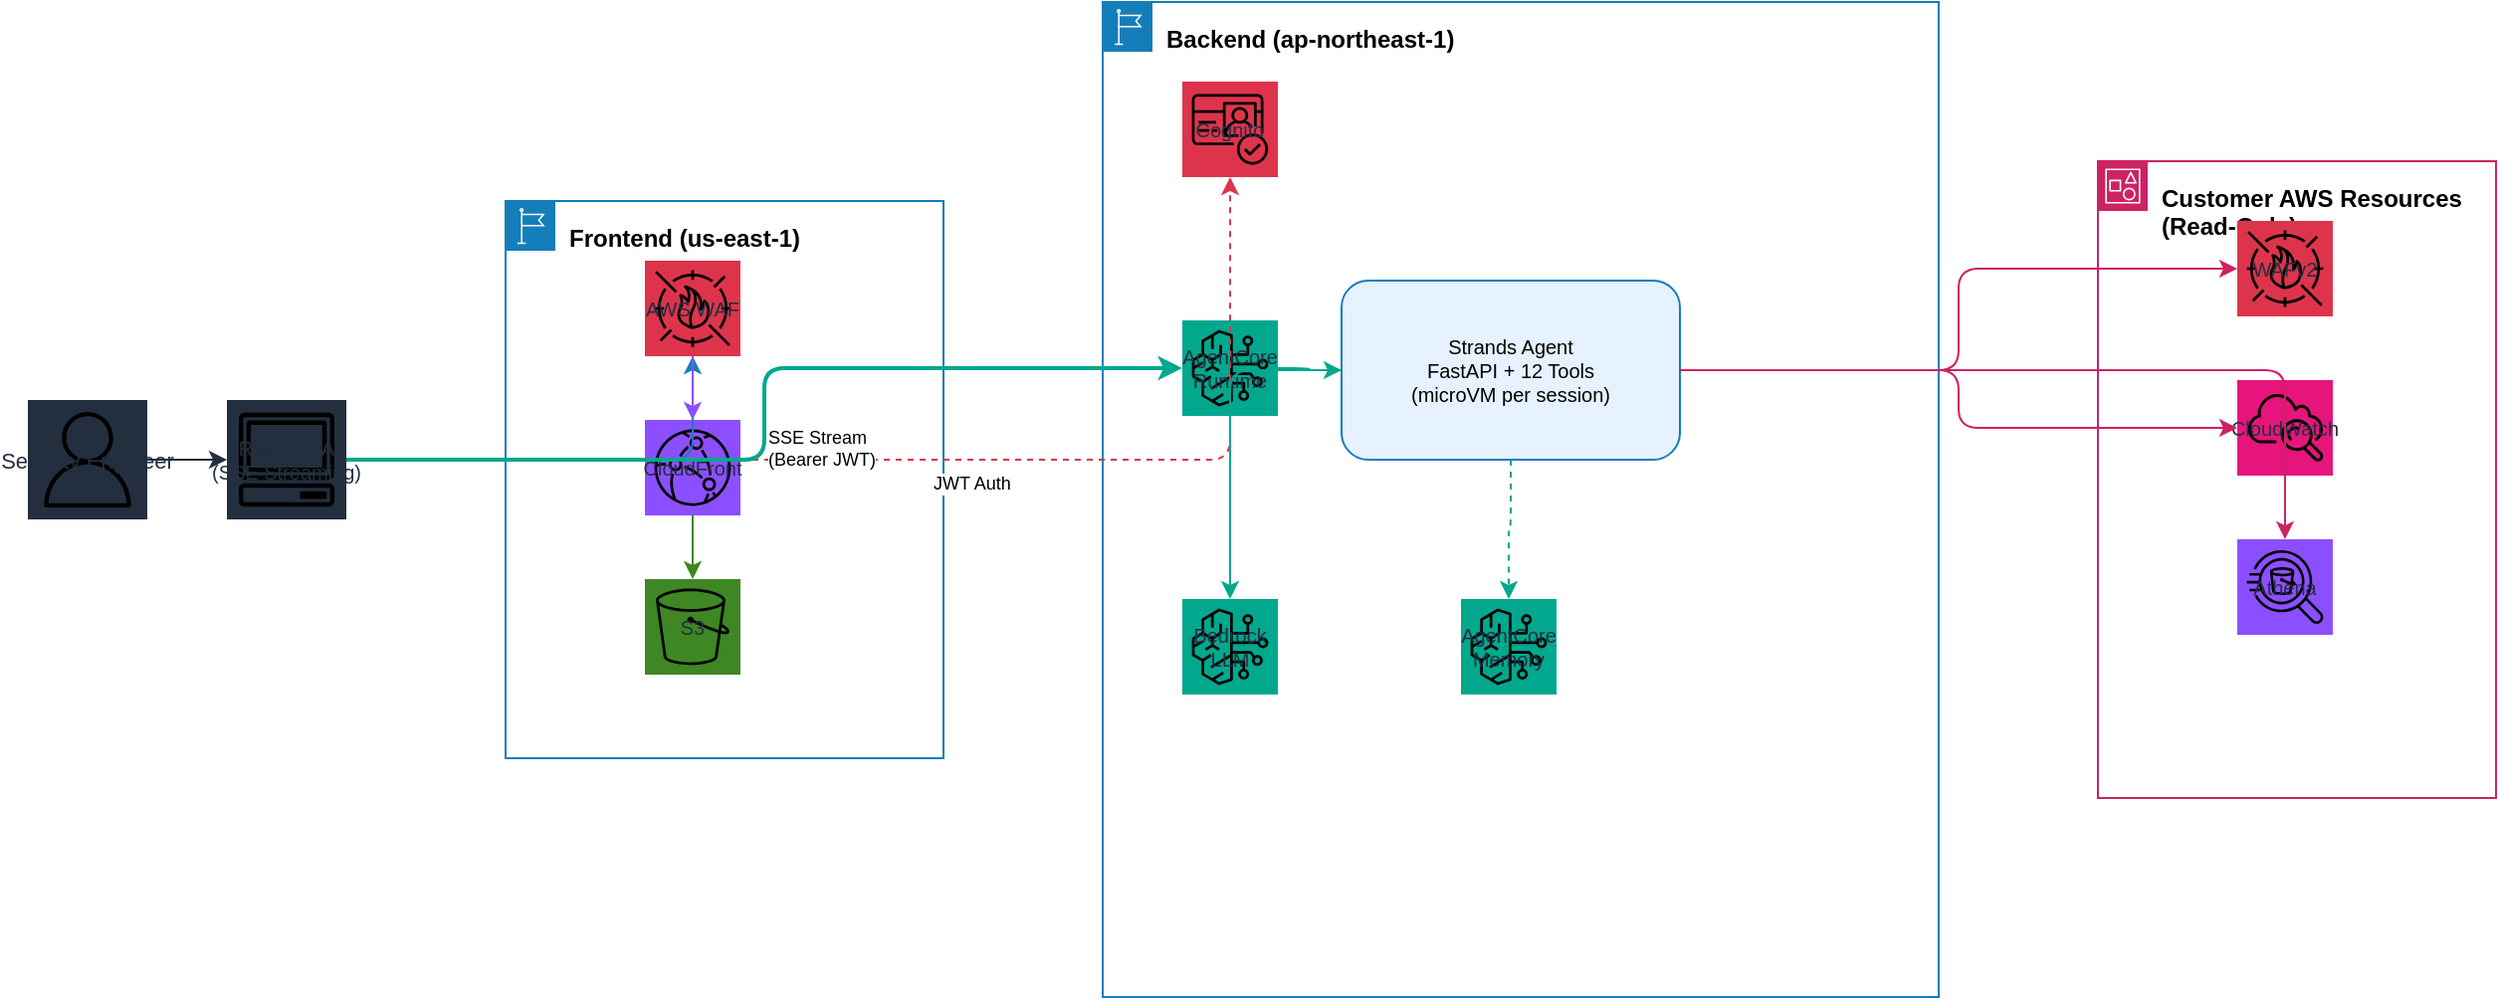
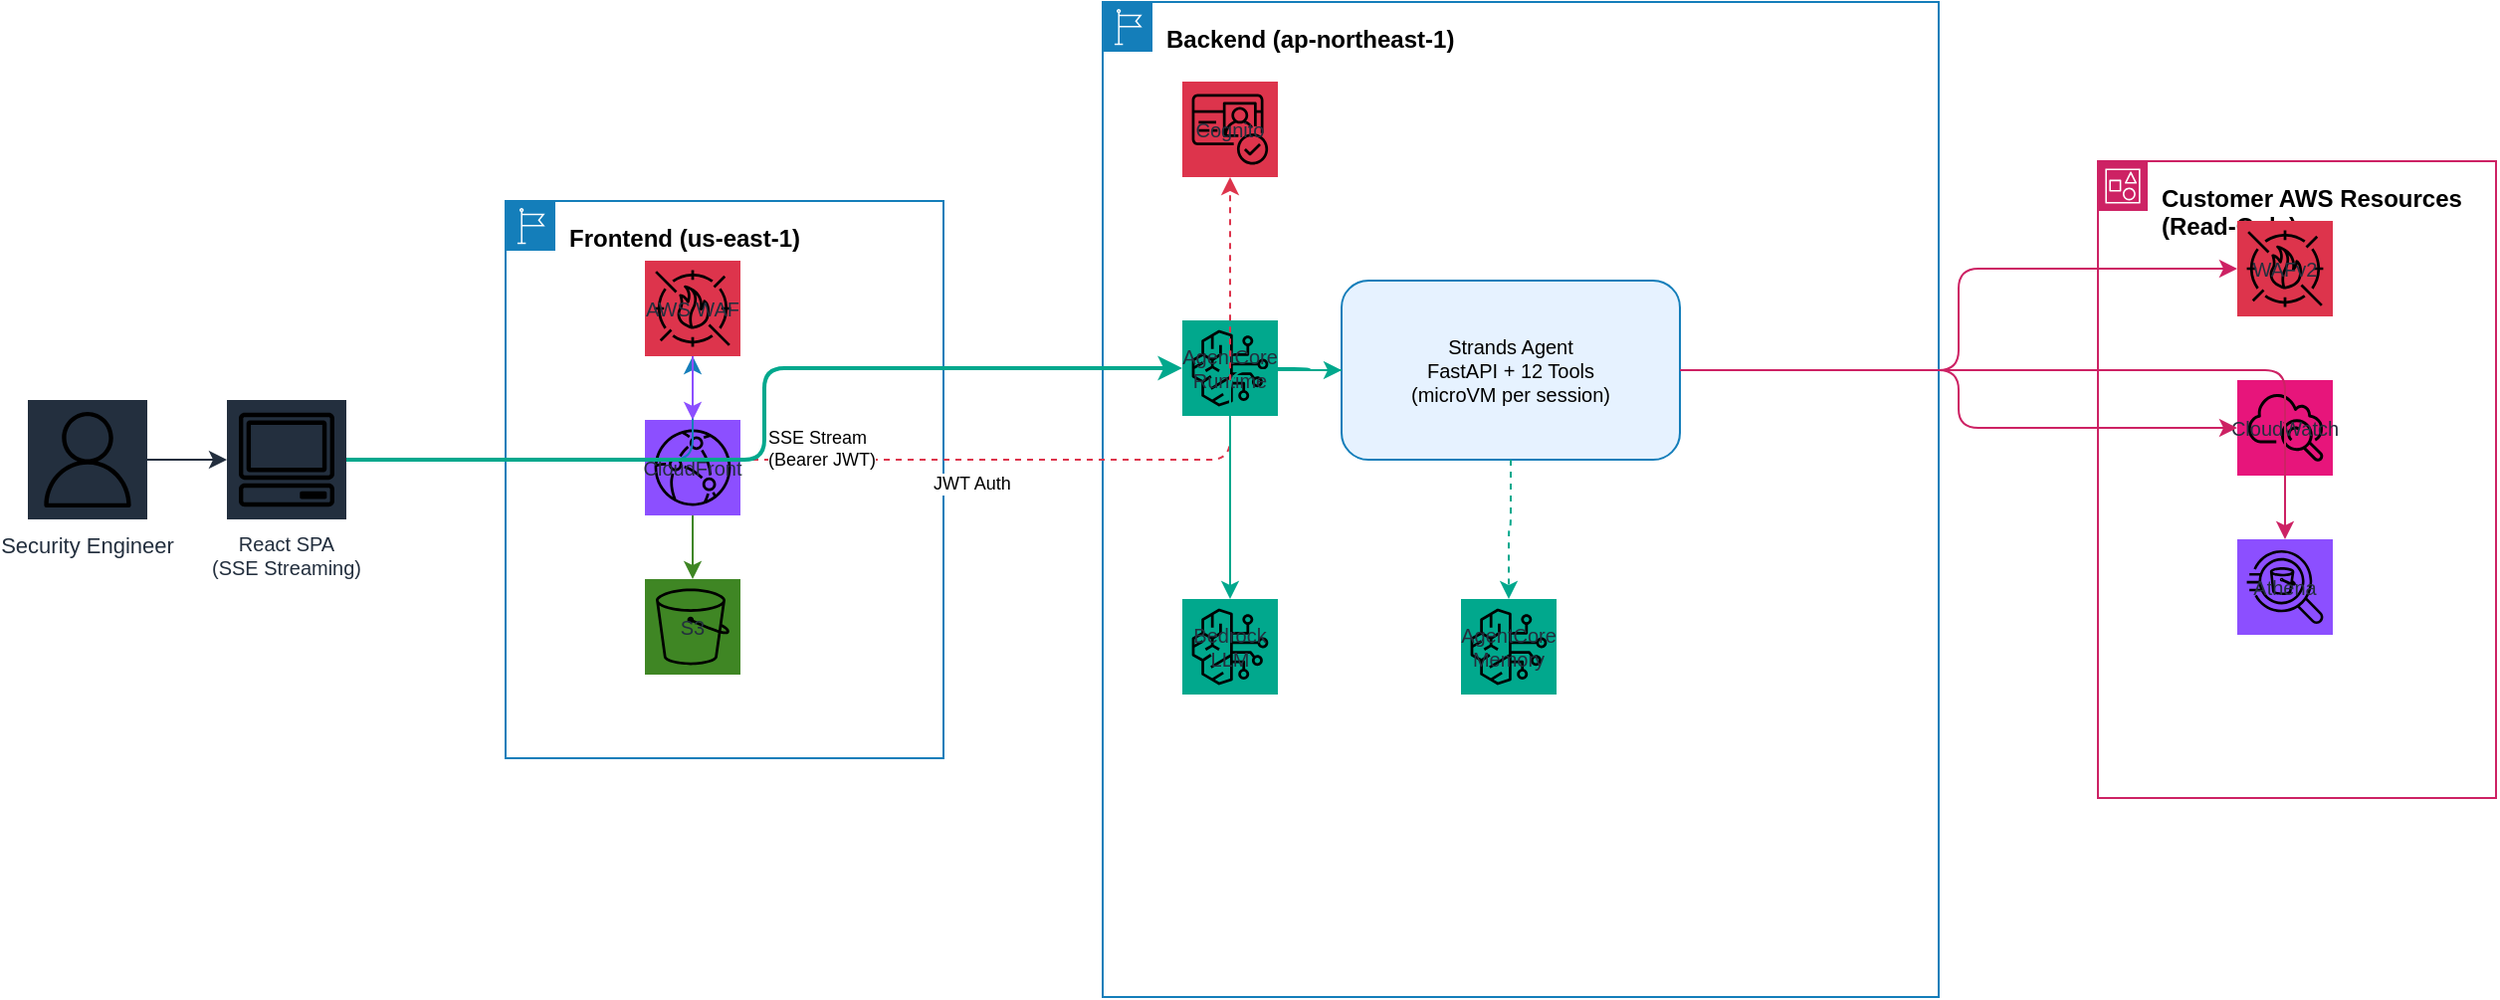
<mxfile host="app.diagrams.net" modified="2026-05-11T14:17:00.000Z" agent="WAF Agent" version="24.0.0">
  <diagram name="Architecture" id="arch-1">
    <mxGraphModel dx="1422" dy="900" grid="1" gridSize="10" guides="1" tooltips="1" connect="1" arrows="1" fold="1" page="1" pageScale="1" pageWidth="1600" pageHeight="1000" math="0" shadow="0">
      <root>
        <mxCell id="0" />
        <mxCell id="1" parent="0" />

        <!-- User -->
-         <mxCell id="user" value="Security Engineer" style="outlineConnect=0;fontColor=#232F3E;gradientColor=none;strokeColor=none;fillColor=#232F3E;align=center;strokeWidth=1;fontSize=11;fontStyle=0;shape=mxgraph.aws4.resourceIcon;resIcon=mxgraph.aws4.user" vertex="1" parent="1">
+         <mxCell id="user" value="Security Engineer" style="outlineConnect=0;fontColor=#232F3E;gradientColor=none;strokeColor=none;fillColor=#232F3E;fontColor=#232F3E;align=center;strokeWidth=1;fontSize=11;fontStyle=0;shape=mxgraph.aws4.resourceIcon;resIcon=mxgraph.aws4.user;labelPosition=center;verticalLabelPosition=bottom;verticalAlign=top" vertex="1" parent="1">
          <mxGeometry x="80" y="400" width="60" height="60" as="geometry" />
        </mxCell>
-         <mxCell id="browser" value="React SPA&#xa;(SSE Streaming)" style="outlineConnect=0;fontColor=#232F3E;gradientColor=none;strokeColor=none;fillColor=#232F3E;align=center;strokeWidth=1;fontSize=10;fontStyle=0;shape=mxgraph.aws4.resourceIcon;resIcon=mxgraph.aws4.client" vertex="1" parent="1">
+         <mxCell id="browser" value="React SPA&#xa;(SSE Streaming)" style="outlineConnect=0;fontColor=#232F3E;gradientColor=none;strokeColor=none;fillColor=#232F3E;fontColor=#232F3E;align=center;strokeWidth=1;fontSize=10;fontStyle=0;shape=mxgraph.aws4.resourceIcon;resIcon=mxgraph.aws4.client;labelPosition=center;verticalLabelPosition=bottom;verticalAlign=top" vertex="1" parent="1">
          <mxGeometry x="180" y="400" width="60" height="60" as="geometry" />
        </mxCell>

        <!-- Frontend Group -->
        <mxCell id="fe-group" value="Frontend (us-east-1)" style="points=[[0,0],[0.25,0],[0.5,0],[0.75,0],[1,0],[1,0.25],[1,0.5],[1,0.75],[1,1],[0.75,1],[0.5,1],[0.25,1],[0,1],[0,0.75],[0,0.5],[0,0.25]];outlineConnect=0;gradientColor=none;html=1;whiteSpace=wrap;fontSize=12;fontStyle=1;shape=mxgraph.aws4.group;grIcon=mxgraph.aws4.group_region;strokeColor=#147EBA;fillColor=none;verticalAlign=top;align=left;spacingLeft=30;spacingTop=5;dashed=0;" vertex="1" parent="1">
          <mxGeometry x="320" y="300" width="220" height="280" as="geometry" />
        </mxCell>
        <mxCell id="waf-fe" value="AWS WAF" style="outlineConnect=0;fontColor=#232F3E;gradientColor=none;strokeColor=none;fillColor=#DD344C;align=center;strokeWidth=1;fontSize=10;fontStyle=0;shape=mxgraph.aws4.resourceIcon;resIcon=mxgraph.aws4.waf" vertex="1" parent="1">
          <mxGeometry x="390" y="330" width="48" height="48" as="geometry" />
        </mxCell>
        <mxCell id="cf" value="CloudFront" style="outlineConnect=0;fontColor=#232F3E;gradientColor=none;strokeColor=none;fillColor=#8C4FFF;align=center;strokeWidth=1;fontSize=10;fontStyle=0;shape=mxgraph.aws4.resourceIcon;resIcon=mxgraph.aws4.cloudfront" vertex="1" parent="1">
          <mxGeometry x="390" y="410" width="48" height="48" as="geometry" />
        </mxCell>
        <mxCell id="s3" value="S3" style="outlineConnect=0;fontColor=#232F3E;gradientColor=none;strokeColor=none;fillColor=#3F8624;align=center;strokeWidth=1;fontSize=10;fontStyle=0;shape=mxgraph.aws4.resourceIcon;resIcon=mxgraph.aws4.s3" vertex="1" parent="1">
          <mxGeometry x="390" y="490" width="48" height="48" as="geometry" />
        </mxCell>

        <!-- Backend Group -->
        <mxCell id="be-group" value="Backend (ap-northeast-1)" style="points=[[0,0],[0.25,0],[0.5,0],[0.75,0],[1,0],[1,0.25],[1,0.5],[1,0.75],[1,1],[0.75,1],[0.5,1],[0.25,1],[0,1],[0,0.75],[0,0.5],[0,0.25]];outlineConnect=0;gradientColor=none;html=1;whiteSpace=wrap;fontSize=12;fontStyle=1;shape=mxgraph.aws4.group;grIcon=mxgraph.aws4.group_region;strokeColor=#147EBA;fillColor=none;verticalAlign=top;align=left;spacingLeft=30;spacingTop=5;dashed=0;" vertex="1" parent="1">
          <mxGeometry x="620" y="200" width="420" height="500" as="geometry" />
        </mxCell>
        <mxCell id="cognito" value="Cognito" style="outlineConnect=0;fontColor=#232F3E;gradientColor=none;strokeColor=none;fillColor=#DD344C;align=center;strokeWidth=1;fontSize=10;fontStyle=0;shape=mxgraph.aws4.resourceIcon;resIcon=mxgraph.aws4.cognito" vertex="1" parent="1">
          <mxGeometry x="660" y="240" width="48" height="48" as="geometry" />
        </mxCell>
        <mxCell id="ac" value="AgentCore&#xa;Runtime" style="outlineConnect=0;fontColor=#232F3E;gradientColor=none;strokeColor=none;fillColor=#01A88D;align=center;strokeWidth=1;fontSize=10;fontStyle=0;shape=mxgraph.aws4.resourceIcon;resIcon=mxgraph.aws4.bedrock" vertex="1" parent="1">
          <mxGeometry x="660" y="360" width="48" height="48" as="geometry" />
        </mxCell>
        <mxCell id="agent-box" value="Strands Agent&#xa;FastAPI + 12 Tools&#xa;(microVM per session)" style="rounded=1;whiteSpace=wrap;html=1;fillColor=#E6F2FF;strokeColor=#147EBA;fontSize=10;verticalAlign=middle;" vertex="1" parent="1">
          <mxGeometry x="740" y="340" width="170" height="90" as="geometry" />
        </mxCell>
        <mxCell id="bedrock" value="Bedrock&#xa;LLM" style="outlineConnect=0;fontColor=#232F3E;gradientColor=none;strokeColor=none;fillColor=#01A88D;align=center;strokeWidth=1;fontSize=10;fontStyle=0;shape=mxgraph.aws4.resourceIcon;resIcon=mxgraph.aws4.bedrock" vertex="1" parent="1">
          <mxGeometry x="660" y="500" width="48" height="48" as="geometry" />
        </mxCell>
        <mxCell id="memory" value="AgentCore&#xa;Memory" style="outlineConnect=0;fontColor=#232F3E;gradientColor=none;strokeColor=none;fillColor=#01A88D;align=center;strokeWidth=1;fontSize=10;fontStyle=0;shape=mxgraph.aws4.resourceIcon;resIcon=mxgraph.aws4.bedrock" vertex="1" parent="1">
          <mxGeometry x="800" y="500" width="48" height="48" as="geometry" />
        </mxCell>

        <!-- Customer Resources Group -->
        <mxCell id="aws-group" value="Customer AWS Resources (Read-Only)" style="points=[[0,0],[0.25,0],[0.5,0],[0.75,0],[1,0],[1,0.25],[1,0.5],[1,0.75],[1,1],[0.75,1],[0.5,1],[0.25,1],[0,1],[0,0.75],[0,0.5],[0,0.25]];outlineConnect=0;gradientColor=none;html=1;whiteSpace=wrap;fontSize=12;fontStyle=1;shape=mxgraph.aws4.group;grIcon=mxgraph.aws4.group_account;strokeColor=#CD2264;fillColor=none;verticalAlign=top;align=left;spacingLeft=30;spacingTop=5;dashed=0;" vertex="1" parent="1">
          <mxGeometry x="1120" y="280" width="200" height="320" as="geometry" />
        </mxCell>
        <mxCell id="wafv2" value="WAFv2" style="outlineConnect=0;fontColor=#232F3E;gradientColor=none;strokeColor=none;fillColor=#DD344C;align=center;strokeWidth=1;fontSize=10;fontStyle=0;shape=mxgraph.aws4.resourceIcon;resIcon=mxgraph.aws4.waf" vertex="1" parent="1">
          <mxGeometry x="1190" y="310" width="48" height="48" as="geometry" />
        </mxCell>
        <mxCell id="cw" value="CloudWatch" style="outlineConnect=0;fontColor=#232F3E;gradientColor=none;strokeColor=none;fillColor=#E7157B;align=center;strokeWidth=1;fontSize=10;fontStyle=0;shape=mxgraph.aws4.resourceIcon;resIcon=mxgraph.aws4.cloudwatch" vertex="1" parent="1">
          <mxGeometry x="1190" y="390" width="48" height="48" as="geometry" />
        </mxCell>
        <mxCell id="athena" value="Athena" style="outlineConnect=0;fontColor=#232F3E;gradientColor=none;strokeColor=none;fillColor=#8C4FFF;align=center;strokeWidth=1;fontSize=10;fontStyle=0;shape=mxgraph.aws4.resourceIcon;resIcon=mxgraph.aws4.athena" vertex="1" parent="1">
          <mxGeometry x="1190" y="470" width="48" height="48" as="geometry" />
        </mxCell>

        <!-- Arrows -->
        <mxCell id="e0" style="edgeStyle=orthogonalEdgeStyle;rounded=1;strokeColor=#232F3E;" edge="1" source="user" target="browser" parent="1">
          <mxGeometry relative="1" as="geometry" />
        </mxCell>
        <mxCell id="e1" style="edgeStyle=orthogonalEdgeStyle;rounded=1;strokeColor=#147EBA;" edge="1" source="browser" target="waf-fe" parent="1">
          <mxGeometry relative="1" as="geometry" />
        </mxCell>
        <mxCell id="e2" style="edgeStyle=orthogonalEdgeStyle;rounded=1;strokeColor=#8C4FFF;" edge="1" source="waf-fe" target="cf" parent="1">
          <mxGeometry relative="1" as="geometry" />
        </mxCell>
        <mxCell id="e3" style="edgeStyle=orthogonalEdgeStyle;rounded=1;strokeColor=#3F8624;" edge="1" source="cf" target="s3" parent="1">
          <mxGeometry relative="1" as="geometry" />
        </mxCell>
        <!-- Auth flow -->
        <mxCell id="e4" style="edgeStyle=orthogonalEdgeStyle;rounded=1;strokeColor=#DD344C;dashed=1;" edge="1" source="browser" target="cognito" parent="1">
          <mxGeometry relative="1" as="geometry" />
        </mxCell>
        <mxCell id="e4-label" value="JWT Auth" style="edgeLabel;html=1;fontSize=9;fillColor=none;" vertex="1" connectable="0" parent="e4">
          <mxGeometry relative="1" as="geometry"><mxPoint as="offset" /></mxGeometry>
        </mxCell>
        <!-- SSE to AgentCore -->
        <mxCell id="e5" style="edgeStyle=orthogonalEdgeStyle;rounded=1;strokeColor=#01A88D;strokeWidth=2;" edge="1" source="browser" target="ac" parent="1">
          <mxGeometry relative="1" as="geometry" />
        </mxCell>
        <mxCell id="e5-label" value="SSE Stream&#xa;(Bearer JWT)" style="edgeLabel;html=1;fontSize=9;fillColor=none;" vertex="1" connectable="0" parent="e5">
          <mxGeometry relative="1" as="geometry"><mxPoint as="offset" /></mxGeometry>
        </mxCell>
        <!-- AgentCore to Agent -->
        <mxCell id="e6" style="edgeStyle=orthogonalEdgeStyle;rounded=1;strokeColor=#01A88D;" edge="1" source="ac" target="agent-box" parent="1">
          <mxGeometry relative="1" as="geometry" />
        </mxCell>
        <!-- Agent to Bedrock -->
        <mxCell id="e7" style="edgeStyle=orthogonalEdgeStyle;rounded=1;strokeColor=#01A88D;" edge="1" source="agent-box" target="bedrock" parent="1">
          <mxGeometry relative="1" as="geometry" />
        </mxCell>
        <!-- Agent to Memory -->
        <mxCell id="e8" style="edgeStyle=orthogonalEdgeStyle;rounded=1;strokeColor=#01A88D;dashed=1;" edge="1" source="agent-box" target="memory" parent="1">
          <mxGeometry relative="1" as="geometry" />
        </mxCell>
        <!-- Agent to Customer Resources -->
        <mxCell id="e9" style="edgeStyle=orthogonalEdgeStyle;rounded=1;strokeColor=#CD2264;" edge="1" source="agent-box" target="wafv2" parent="1">
          <mxGeometry relative="1" as="geometry" />
        </mxCell>
        <mxCell id="e10" style="edgeStyle=orthogonalEdgeStyle;rounded=1;strokeColor=#CD2264;" edge="1" source="agent-box" target="cw" parent="1">
          <mxGeometry relative="1" as="geometry" />
        </mxCell>
        <mxCell id="e11" style="edgeStyle=orthogonalEdgeStyle;rounded=1;strokeColor=#CD2264;" edge="1" source="agent-box" target="athena" parent="1">
          <mxGeometry relative="1" as="geometry" />
        </mxCell>

      </root>
    </mxGraphModel>
  </diagram>
</mxfile>
